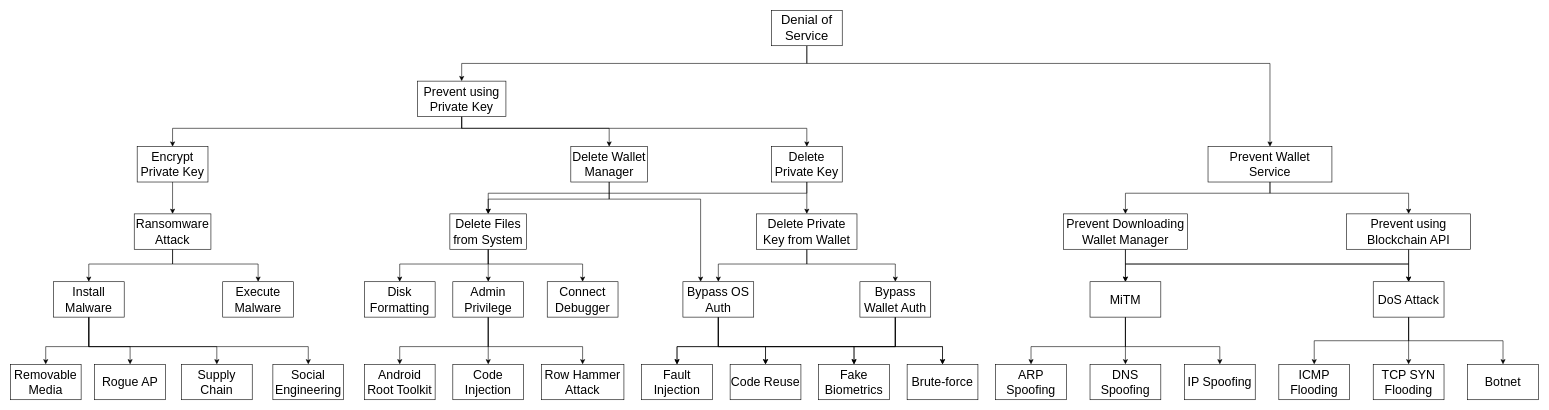
xujiahuayz/crypto-wallets keeps this draw.io diagram as page "dos-tree" (15 of 17) of assets/crypto-wallets.drawio. Above is the earlier version. Source tidied: cells renumbered, new cells numbered last; positions are measured from the earlier drawing's top-left corner, leaving out a move shared by most shapes. Both pictures are drawn from the tidied source at 59%, with x=0, y=0 at pixel (10, 10).
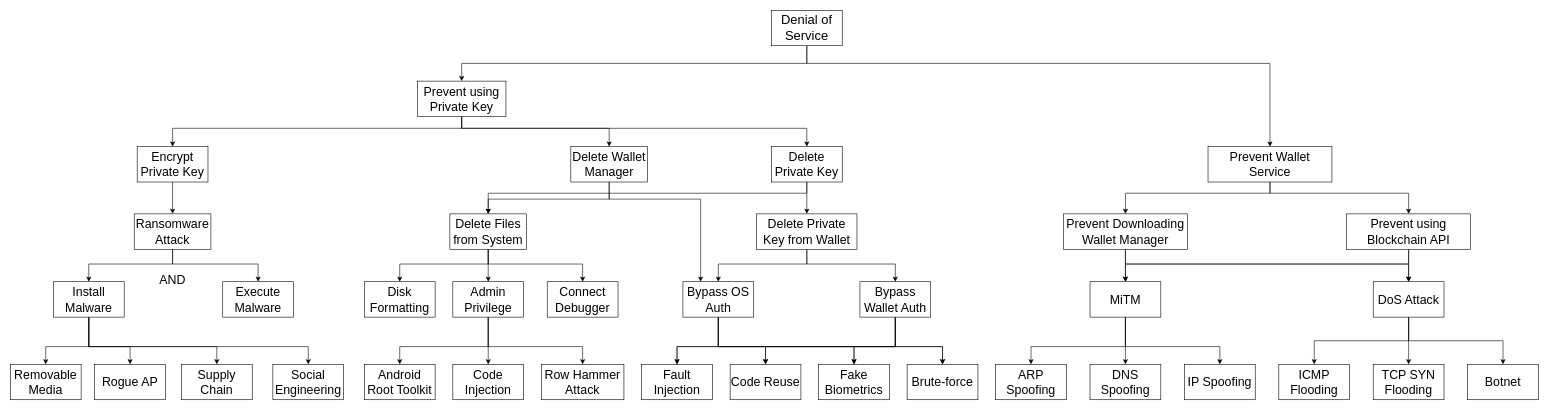
After the change.

The edit, as a diff of the source:
```diff
@@
+    <mxCell id="83" value="&lt;font style=&quot;font-size: 21px;&quot;&gt;AND&lt;/font&gt;" style="text;html=1;strokeColor=none;fillColor=none;align=center;verticalAlign=middle;whiteSpace=wrap;rounded=0;" parent="1" vertex="1">
+      <mxGeometry x="245" y="442" width="60" height="30" as="geometry" />
+    </mxCell>
```
